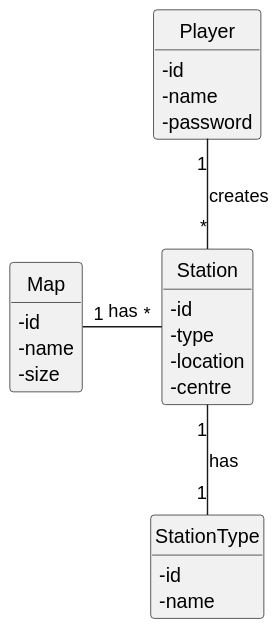
Earlier version of the PlantUML export docs/sprint3/us005/02.analysis/svg/us005-domain-model.svg (ivasduarte/all-aboard). The source it was exported from:
```plantuml
@startuml
skinparam monochrome true
skinparam packageStyle rectangle
skinparam shadowing false


skinparam classAttributeIconSize 0

hide circle
hide methods


class Map {
    - id
    - name
    - size
}

class Station {
    - id
    - type
    - location
    - centre
}

class StationType{
    - id
    - name
}

class Player {
    - id
    - name
    - password
}


Map "1" - "*" Station : has
Player "1" -- "*" Station : creates
Station "1" -- "1" StationType : has
@enduml
```
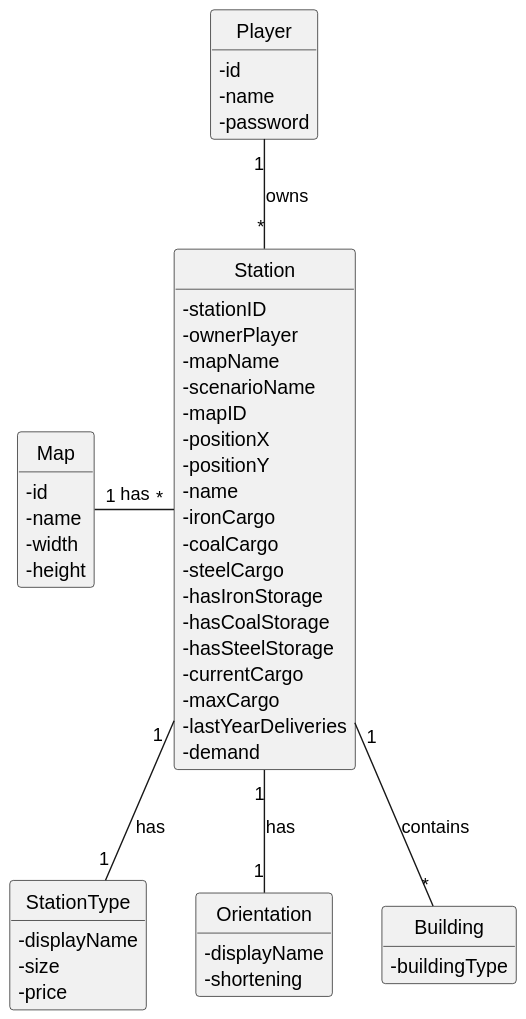
After the commit.

Diff of the diagram source:
```diff
@@ -13,19 +13,44 @@
 class Map {
     - id
     - name
-    - size
+    - width
+    - height
 }
 
 class Station {
-    - id
-    - type
-    - location
-    - centre
+    - stationID
+    - ownerPlayer
+    - mapName
+    - scenarioName
+    - mapID
+    - positionX
+    - positionY
+    - name
+    - ironCargo
+    - coalCargo
+    - steelCargo
+    - hasIronStorage
+    - hasCoalStorage
+    - hasSteelStorage
+    - currentCargo
+    - maxCargo
+    - lastYearDeliveries
+    - demand
 }
 
-class StationType{
-    - id
-    - name
+class StationType {
+    - displayName
+    - size
+    - price
+}
+
+class Orientation {
+    - displayName
+    - shortening
+}
+
+class Building {
+    - buildingType
 }
 
 class Player {
@@ -34,8 +59,9 @@
     - password
 }
 
-
 Map "1" - "*" Station : has
-Player "1" -- "*" Station : creates
+Player "1" -- "*" Station : owns
 Station "1" -- "1" StationType : has
+Station "1" -- "1" Orientation : has
+Station "1" -- "*" Building : contains
 @enduml
```
